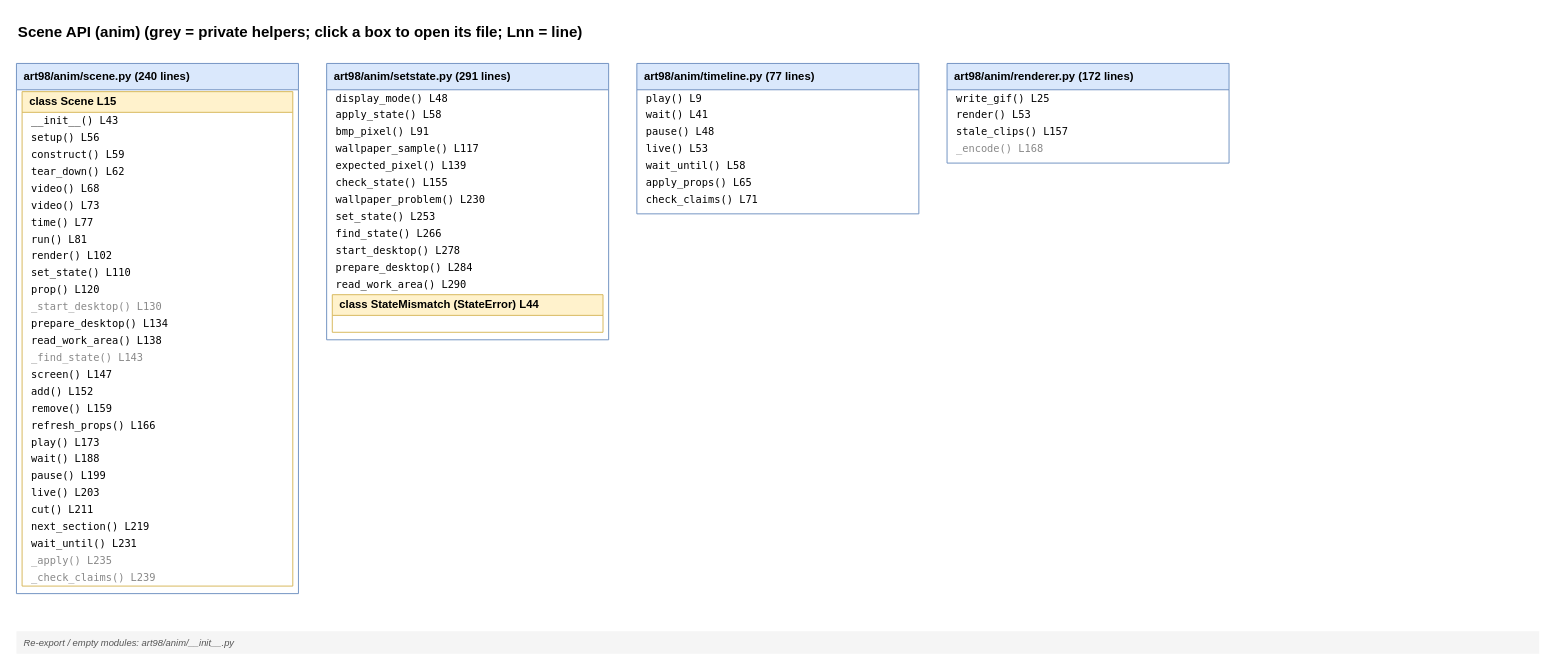
This is page "Scene API (anim)" (3 of 10) of docs/diagrams/function-tree.drawio from StanLukuvka/98artware, a draw.io file, before an edit. Source tidied: cells renumbered, new cells numbered last; positions are measured from the earlier drawing's top-left corner, leaving out a move shared by most shapes. Both pictures are drawn from the tidied source at 94%, with x=0, y=0 at pixel (16, 16).
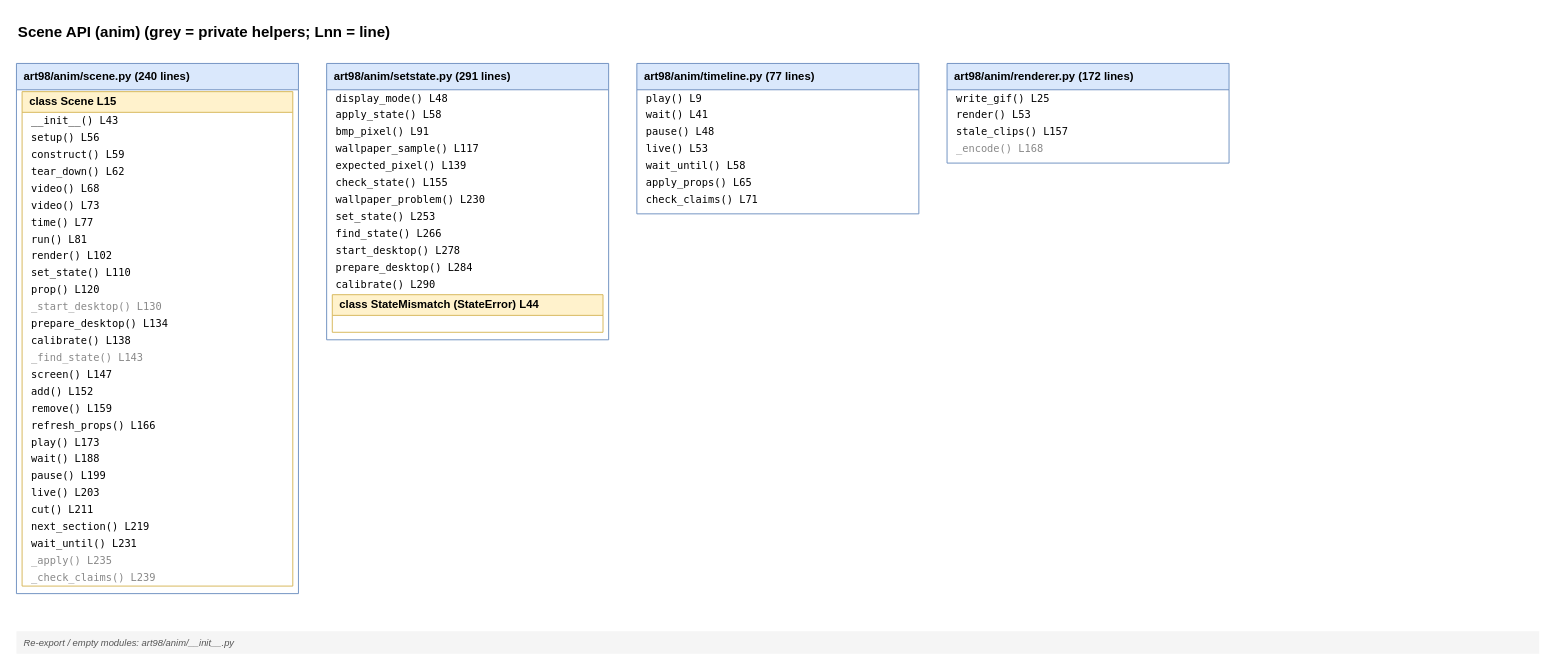
After the change.

Unchanged cells that the change refers to:
```xml
<mxCell id="4" value="class Scene  L15" style="swimlane;startSize=22;fillColor=#fff2cc;strokeColor=#d6b656;fontStyle=1;align=left;spacingLeft=6;html=1;" parent="3" vertex="1">
  <mxGeometry x="6" y="30" width="288" height="526" as="geometry" />
</mxCell>
<mxCell id="33" value="art98/anim/setstate.py  (291 lines)" style="swimlane;startSize=28;horizontal=1;fillColor=#dae8fc;strokeColor=#6c8ebf;fontStyle=1;align=left;spacingLeft=6;html=1;" parent="1" vertex="1">
  <mxGeometry x="330" y="50" width="300" height="294" as="geometry" />
</mxCell>
```

Change to the diagram source:
```diff
@@
-    <mxCell id="2" value="Scene API (anim)  (grey = private helpers; click a box to open its file; Lnn = line)" style="text;html=1;fontSize=16;fontStyle=1;align=left;strokeColor=none;fillColor=none;" parent="1" vertex="1">
+    <mxCell id="2" value="Scene API (anim)  (grey = private helpers; Lnn = line)" style="text;html=1;fontSize=16;fontStyle=1;align=left;strokeColor=none;fillColor=none;" parent="1" vertex="1">
       <mxGeometry width="1200" height="30" as="geometry" />
     </mxCell>
@@
-    <mxCell id="18" value="read_work_area()  L138" style="text;html=1;align=left;verticalAlign=middle;spacingLeft=8;fontFamily=monospace;fontSize=11;strokeColor=none;fillColor=none;" parent="4" vertex="1">
+    <mxCell id="18" value="calibrate()  L138" style="text;html=1;align=left;verticalAlign=middle;spacingLeft=8;fontFamily=monospace;fontSize=11;strokeColor=none;fillColor=none;" parent="4" vertex="1">
       <mxGeometry y="256" width="288" height="18" as="geometry" />
     </mxCell>
@@
-    <mxCell id="45" value="read_work_area()  L290" style="text;html=1;align=left;verticalAlign=middle;spacingLeft=8;fontFamily=monospace;fontSize=11;strokeColor=none;fillColor=none;" parent="33" vertex="1">
+    <mxCell id="45" value="calibrate()  L290" style="text;html=1;align=left;verticalAlign=middle;spacingLeft=8;fontFamily=monospace;fontSize=11;strokeColor=none;fillColor=none;" parent="33" vertex="1">
       <mxGeometry y="226" width="300" height="18" as="geometry" />
     </mxCell>
```
